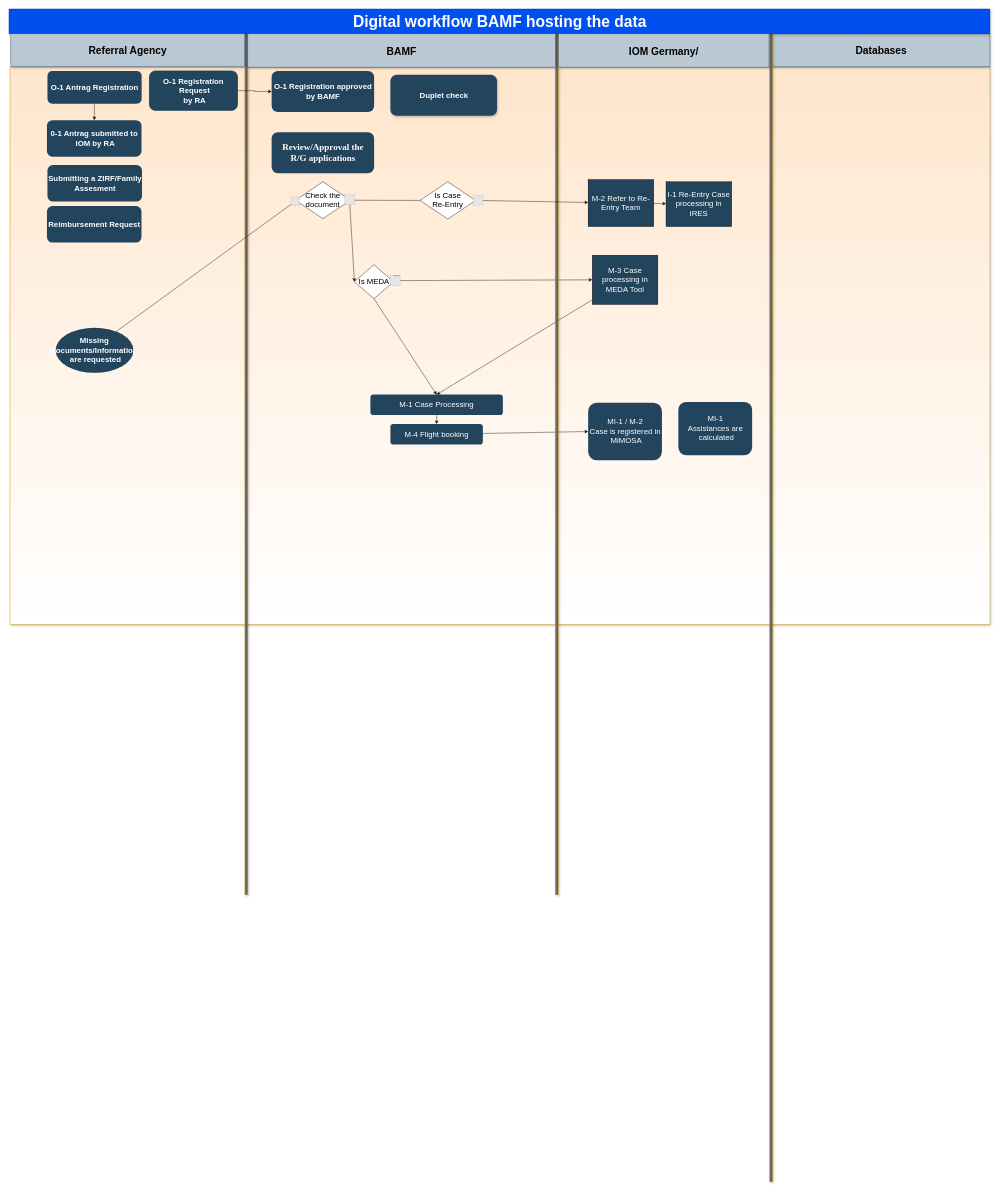
Before: page "BAMF transition-GRAPH" (7 of 8) of IOM-Flowchartamjad.drawio in muhip1/Drawio, a draw.io diagram. Source tidied: cells renumbered, new cells numbered last; positions are measured from the earlier drawing's top-left corner, leaving out a move shared by most shapes. Both pictures are drawn from the tidied source at 41%, with x=0, y=0 at pixel (9, 9). Pictures stored in the file or linked from it are replaced by grey dashed boxes.
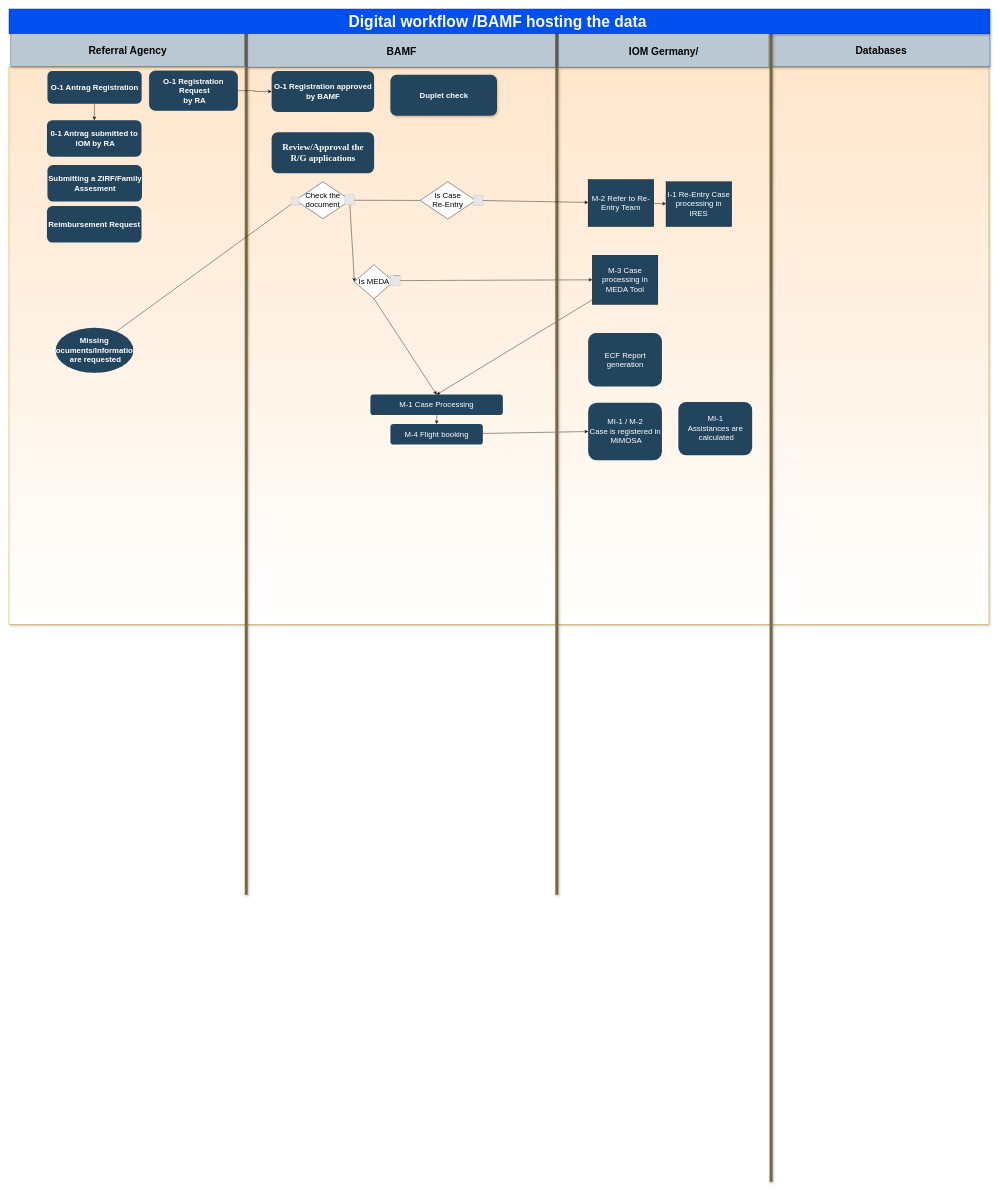
After the change.

What changed in the source:
```diff
@@
     <mxCell id="2" style="whiteSpace=wrap;html=1;shadow=1;fillColor=#ffe6cc;strokeColor=#d79b00;gradientColor=#ffffff;fontSize=19;fontStyle=1;" parent="1" vertex="1">
-      <mxGeometry x="2" y="141.2" width="2390" height="1358.8" as="geometry" />
+      <mxGeometry x="-0.5" y="141.2" width="2390" height="1358.8" as="geometry" />
     </mxCell>
@@
-    <mxCell id="32" value="&lt;span style=&quot;font-size: 38px&quot;&gt;Digital workflow BAMF hosting the data&lt;/span&gt;" style="whiteSpace=wrap;html=1;shadow=1;fontSize=38;fontStyle=1;fillColor=#0050ef;strokeColor=#001DBC;fontColor=#ffffff;" parent="1" vertex="1">
+    <mxCell id="32" value="&lt;span style=&quot;font-size: 38px&quot;&gt;Digital workflow /BAMF hosting the data&amp;nbsp;&lt;/span&gt;" style="whiteSpace=wrap;html=1;shadow=1;fontSize=38;fontStyle=1;fillColor=#0050ef;strokeColor=#001DBC;fontColor=#ffffff;" parent="1" vertex="1">
       <mxGeometry x="-0.5" y="-0.5" width="2392.5" height="60.5" as="geometry" />
     </mxCell>
@@
+    <mxCell id="51" value="ECF Report &lt;br&gt;generation" style="rounded=1;fillColor=#23445D;strokeColor=none;strokeWidth=2;fontFamily=Helvetica;html=1;gradientColor=none;fontColor=#FFFFFF;fontSize=19;fontStyle=0;" parent="1" vertex="1">
+      <mxGeometry x="1412" y="790" width="180" height="130" as="geometry" />
+    </mxCell>
```
